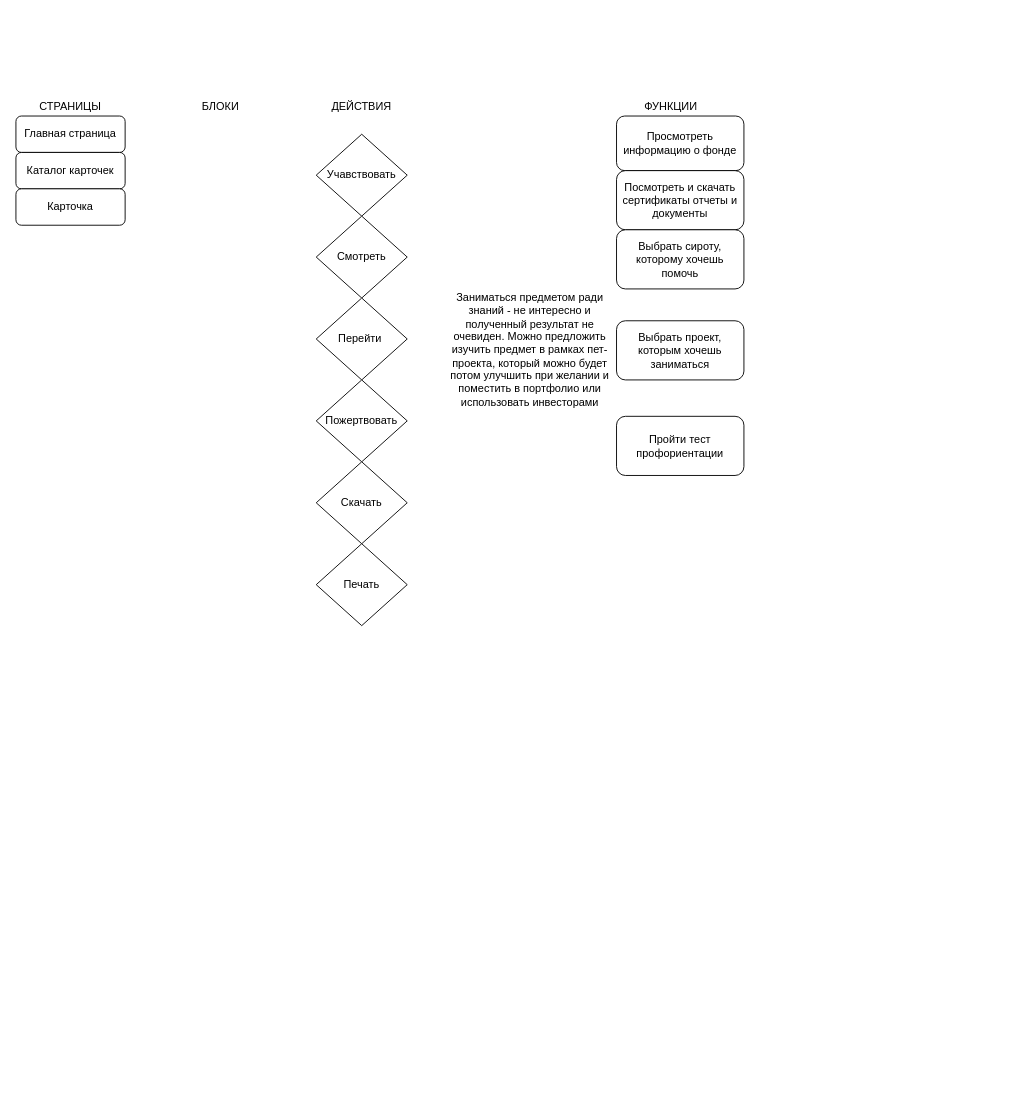
This is Untitled Diagram.drawio from MYiLA/big-future, a draw.io file, before an edit. Source tidied: cells renumbered, new cells numbered last; positions are measured from the earlier drawing's top-left corner, leaving out a move shared by most shapes. Both pictures are drawn from the tidied source at 91%, with x=0, y=0 at pixel (15, 97).
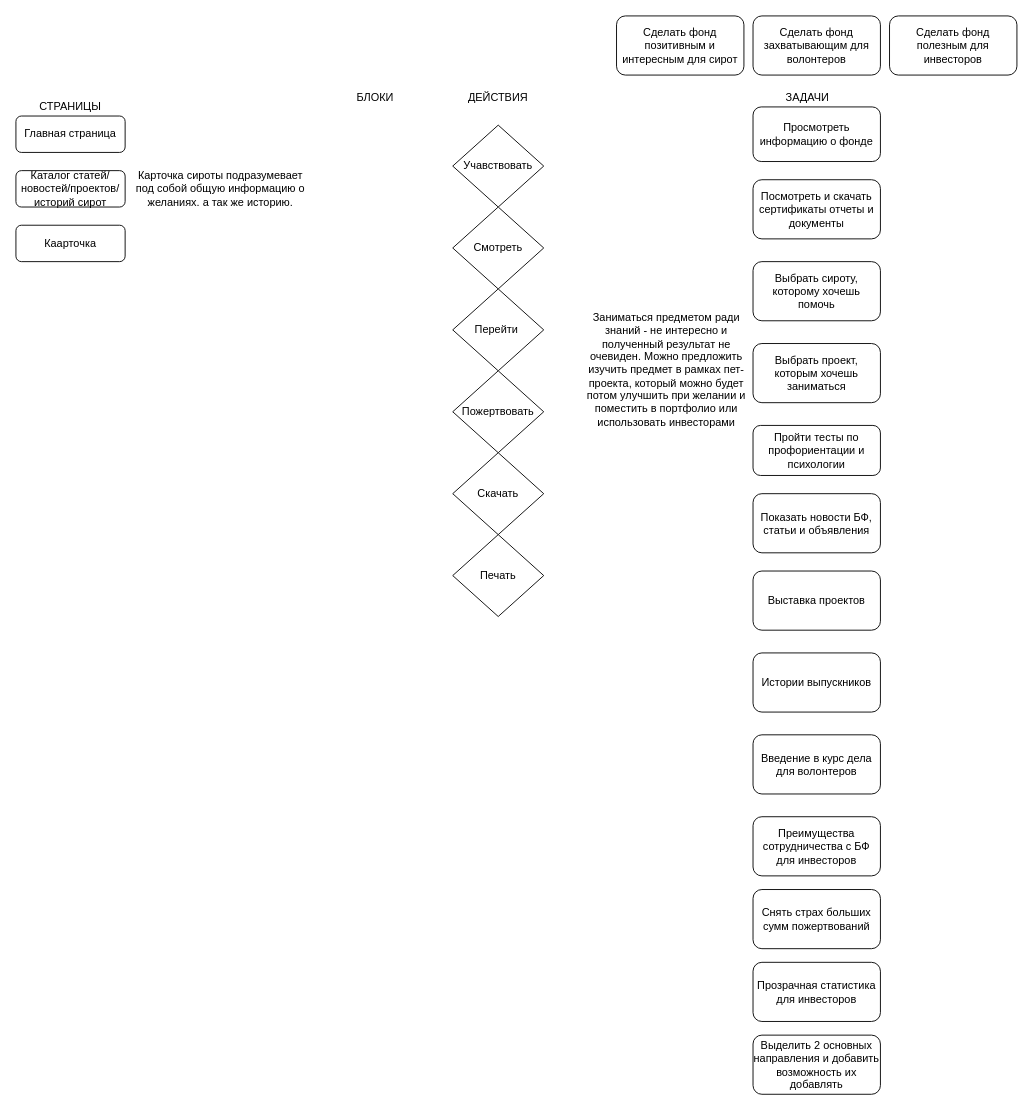
The same page after the edit.

What changed in the source:
```diff
@@
-    <mxCell id="3" value="Каталог карточек" style="rounded=1;whiteSpace=wrap;html=1;fontSize=12;glass=0;strokeWidth=1;shadow=0;" parent="1" vertex="1">
-      <mxGeometry y="60" width="120" height="40" as="geometry" />
+    <mxCell id="3" value="Каталог статей/новостей/проектов/историй сирот" style="rounded=1;whiteSpace=wrap;html=1;fontSize=12;glass=0;strokeWidth=1;shadow=0;" parent="1" vertex="1">
+      <mxGeometry y="80" width="120" height="40" as="geometry" />
     </mxCell>
-    <mxCell id="4" value="Карточка" style="rounded=1;whiteSpace=wrap;html=1;fontSize=12;glass=0;strokeWidth=1;shadow=0;" parent="1" vertex="1">
-      <mxGeometry y="100" width="120" height="40" as="geometry" />
+    <mxCell id="4" value="Каарточка" style="rounded=1;whiteSpace=wrap;html=1;fontSize=12;glass=0;strokeWidth=1;shadow=0;" parent="1" vertex="1">
+      <mxGeometry y="140" width="120" height="40" as="geometry" />
     </mxCell>
     <mxCell id="5" value="Просмотреть информацию о фонде" style="rounded=1;whiteSpace=wrap;html=1;fontSize=12;glass=0;strokeWidth=1;shadow=0;" parent="1" vertex="1">
-      <mxGeometry x="660" y="20" width="140" height="60" as="geometry" />
+      <mxGeometry x="810" y="10" width="140" height="60" as="geometry" />
     </mxCell>
@@
-    <mxCell id="7" value="ФУНКЦИИ" style="text;html=1;strokeColor=none;fillColor=none;align=center;verticalAlign=middle;whiteSpace=wrap;rounded=0;" parent="1" vertex="1">
-      <mxGeometry x="680" width="80" height="20" as="geometry" />
+    <mxCell id="7" value="ЗАДАЧИ" style="text;html=1;strokeColor=none;fillColor=none;align=center;verticalAlign=middle;whiteSpace=wrap;rounded=0;" parent="1" vertex="1">
+      <mxGeometry x="830" y="-10" width="80" height="20" as="geometry" />
     </mxCell>
     <mxCell id="8" value="БЛОКИ" style="text;html=1;strokeColor=none;fillColor=none;align=center;verticalAlign=middle;whiteSpace=wrap;rounded=0;" parent="1" vertex="1">
-      <mxGeometry x="190" width="70" height="20" as="geometry" />
+      <mxGeometry x="360" y="-10" width="70" height="20" as="geometry" />
     </mxCell>
     <mxCell id="9" value="ДЕЙСТВИЯ" style="text;html=1;strokeColor=none;fillColor=none;align=center;verticalAlign=middle;whiteSpace=wrap;rounded=0;" parent="1" vertex="1">
-      <mxGeometry x="345" width="70" height="20" as="geometry" />
+      <mxGeometry x="495" y="-10" width="70" height="20" as="geometry" />
     </mxCell>
     <mxCell id="10" value="Учавствовать" style="rhombus;whiteSpace=wrap;html=1;" parent="1" vertex="1">
-      <mxGeometry x="330" y="40" width="100" height="90" as="geometry" />
+      <mxGeometry x="480" y="30" width="100" height="90" as="geometry" />
     </mxCell>
     <mxCell id="11" value="Смотреть" style="rhombus;whiteSpace=wrap;html=1;" parent="1" vertex="1">
-      <mxGeometry x="330" y="130" width="100" height="90" as="geometry" />
+      <mxGeometry x="480" y="120" width="100" height="90" as="geometry" />
     </mxCell>
     <mxCell id="12" value="Перейти&amp;nbsp;" style="rhombus;whiteSpace=wrap;html=1;" parent="1" vertex="1">
-      <mxGeometry x="330" y="220" width="100" height="90" as="geometry" />
+      <mxGeometry x="480" y="210" width="100" height="90" as="geometry" />
     </mxCell>
     <mxCell id="13" value="Пожертвовать" style="rhombus;whiteSpace=wrap;html=1;" parent="1" vertex="1">
-      <mxGeometry x="330" y="310" width="100" height="90" as="geometry" />
+      <mxGeometry x="480" y="300" width="100" height="90" as="geometry" />
     </mxCell>
     <mxCell id="14" value="Посмотреть и скачать сертификаты отчеты и документы" style="rounded=1;whiteSpace=wrap;html=1;fontSize=12;glass=0;strokeWidth=1;shadow=0;" parent="1" vertex="1">
-      <mxGeometry x="660" y="80" width="140" height="65" as="geometry" />
+      <mxGeometry x="810" y="90" width="140" height="65" as="geometry" />
     </mxCell>
     <mxCell id="15" value="Скачать" style="rhombus;whiteSpace=wrap;html=1;" parent="1" vertex="1">
-      <mxGeometry x="330" y="400" width="100" height="90" as="geometry" />
+      <mxGeometry x="480" y="390" width="100" height="90" as="geometry" />
     </mxCell>
     <mxCell id="16" value="Печать" style="rhombus;whiteSpace=wrap;html=1;" parent="1" vertex="1">
-      <mxGeometry x="330" y="490" width="100" height="90" as="geometry" />
+      <mxGeometry x="480" y="480" width="100" height="90" as="geometry" />
     </mxCell>
     <mxCell id="17" value="Выбрать сироту, которому хочешь помочь" style="rounded=1;whiteSpace=wrap;html=1;fontSize=12;glass=0;strokeWidth=1;shadow=0;" parent="1" vertex="1">
-      <mxGeometry x="660" y="145" width="140" height="65" as="geometry" />
+      <mxGeometry x="810" y="180" width="140" height="65" as="geometry" />
     </mxCell>
     <mxCell id="18" value="Выбрать проект, которым хочешь заниматься" style="rounded=1;whiteSpace=wrap;html=1;fontSize=12;glass=0;strokeWidth=1;shadow=0;" parent="1" vertex="1">
-      <mxGeometry x="660" y="245" width="140" height="65" as="geometry" />
+      <mxGeometry x="810" y="270" width="140" height="65" as="geometry" />
     </mxCell>
-    <mxCell id="19" value="Пройти тест профориентации" style="rounded=1;whiteSpace=wrap;html=1;fontSize=12;glass=0;strokeWidth=1;shadow=0;" parent="1" vertex="1">
-      <mxGeometry x="660" y="350" width="140" height="65" as="geometry" />
+    <mxCell id="19" value="Пройти тесты по профориентации и психологии" style="rounded=1;whiteSpace=wrap;html=1;fontSize=12;glass=0;strokeWidth=1;shadow=0;" parent="1" vertex="1">
+      <mxGeometry x="810" y="360" width="140" height="55" as="geometry" />
     </mxCell>
     <mxCell id="20" value="Заниматься предметом ради знаний - не интересно и полученный результат не очевиден. Можно предложить изучить предмет в рамках пет-проекта, который можно будет потом улучшить при желании и поместить в портфолио или использовать инвесторами" style="text;html=1;strokeColor=none;fillColor=none;align=center;verticalAlign=middle;whiteSpace=wrap;rounded=0;" parent="1" vertex="1">
-      <mxGeometry x="470" y="216.2" width="190" height="122.5" as="geometry" />
+      <mxGeometry x="620" y="237.5" width="190" height="122.5" as="geometry" />
     </mxCell>
+    <mxCell id="21" value="Показать новости БФ, статьи и объявления" style="rounded=1;whiteSpace=wrap;html=1;fontSize=12;glass=0;strokeWidth=1;shadow=0;" parent="1" vertex="1">
+      <mxGeometry x="810" y="435" width="140" height="65" as="geometry" />
+    </mxCell>
+    <mxCell id="22" value="Выставка проектов" style="rounded=1;whiteSpace=wrap;html=1;fontSize=12;glass=0;strokeWidth=1;shadow=0;" parent="1" vertex="1">
+      <mxGeometry x="810" y="520" width="140" height="65" as="geometry" />
+    </mxCell>
+    <mxCell id="23" value="Истории выпускников" style="rounded=1;whiteSpace=wrap;html=1;fontSize=12;glass=0;strokeWidth=1;shadow=0;" parent="1" vertex="1">
+      <mxGeometry x="810" y="610" width="140" height="65" as="geometry" />
+    </mxCell>
+    <mxCell id="24" value="Введение в курс дела для волонтеров" style="rounded=1;whiteSpace=wrap;html=1;fontSize=12;glass=0;strokeWidth=1;shadow=0;" parent="1" vertex="1">
+      <mxGeometry x="810" y="700" width="140" height="65" as="geometry" />
+    </mxCell>
+    <mxCell id="25" value="Преимущества сотрудничества с БФ для инвесторов" style="rounded=1;whiteSpace=wrap;html=1;fontSize=12;glass=0;strokeWidth=1;shadow=0;" parent="1" vertex="1">
+      <mxGeometry x="810" y="790" width="140" height="65" as="geometry" />
+    </mxCell>
+    <mxCell id="26" value="Снять страх больших сумм пожертвований" style="rounded=1;whiteSpace=wrap;html=1;fontSize=12;glass=0;strokeWidth=1;shadow=0;" parent="1" vertex="1">
+      <mxGeometry x="810" y="870" width="140" height="65" as="geometry" />
+    </mxCell>
+    <mxCell id="27" value="Прозрачная статистика для инвесторов" style="rounded=1;whiteSpace=wrap;html=1;fontSize=12;glass=0;strokeWidth=1;shadow=0;" parent="1" vertex="1">
+      <mxGeometry x="810" y="950" width="140" height="65" as="geometry" />
+    </mxCell>
+    <mxCell id="28" value="Выделить 2 основных направления и добавить возможность их добавлять" style="rounded=1;whiteSpace=wrap;html=1;fontSize=12;glass=0;strokeWidth=1;shadow=0;" parent="1" vertex="1">
+      <mxGeometry x="810" y="1030" width="140" height="65" as="geometry" />
+    </mxCell>
+    <mxCell id="29" value="Карточка сироты подразумевает под собой общую информацию о желаниях. а так же историю." style="text;html=1;strokeColor=none;fillColor=none;align=center;verticalAlign=middle;whiteSpace=wrap;rounded=0;" parent="1" vertex="1">
+      <mxGeometry x="130" y="64.4" width="190" height="71.2" as="geometry" />
+    </mxCell>
+    <mxCell id="30" value="Сделать фонд полезным для инвесторов" style="rounded=1;whiteSpace=wrap;html=1;fontSize=12;glass=0;strokeWidth=1;shadow=0;" parent="1" vertex="1">
+      <mxGeometry x="960" y="-90" width="140" height="65" as="geometry" />
+    </mxCell>
+    <mxCell id="31" value="Сделать фонд захватывающим для волонтеров" style="rounded=1;whiteSpace=wrap;html=1;fontSize=12;glass=0;strokeWidth=1;shadow=0;" parent="1" vertex="1">
+      <mxGeometry x="810" y="-90" width="140" height="65" as="geometry" />
+    </mxCell>
+    <mxCell id="32" value="Сделать фонд позитивным и интересным для сирот" style="rounded=1;whiteSpace=wrap;html=1;fontSize=12;glass=0;strokeWidth=1;shadow=0;" parent="1" vertex="1">
+      <mxGeometry x="660" y="-90" width="140" height="65" as="geometry" />
+    </mxCell>
```
